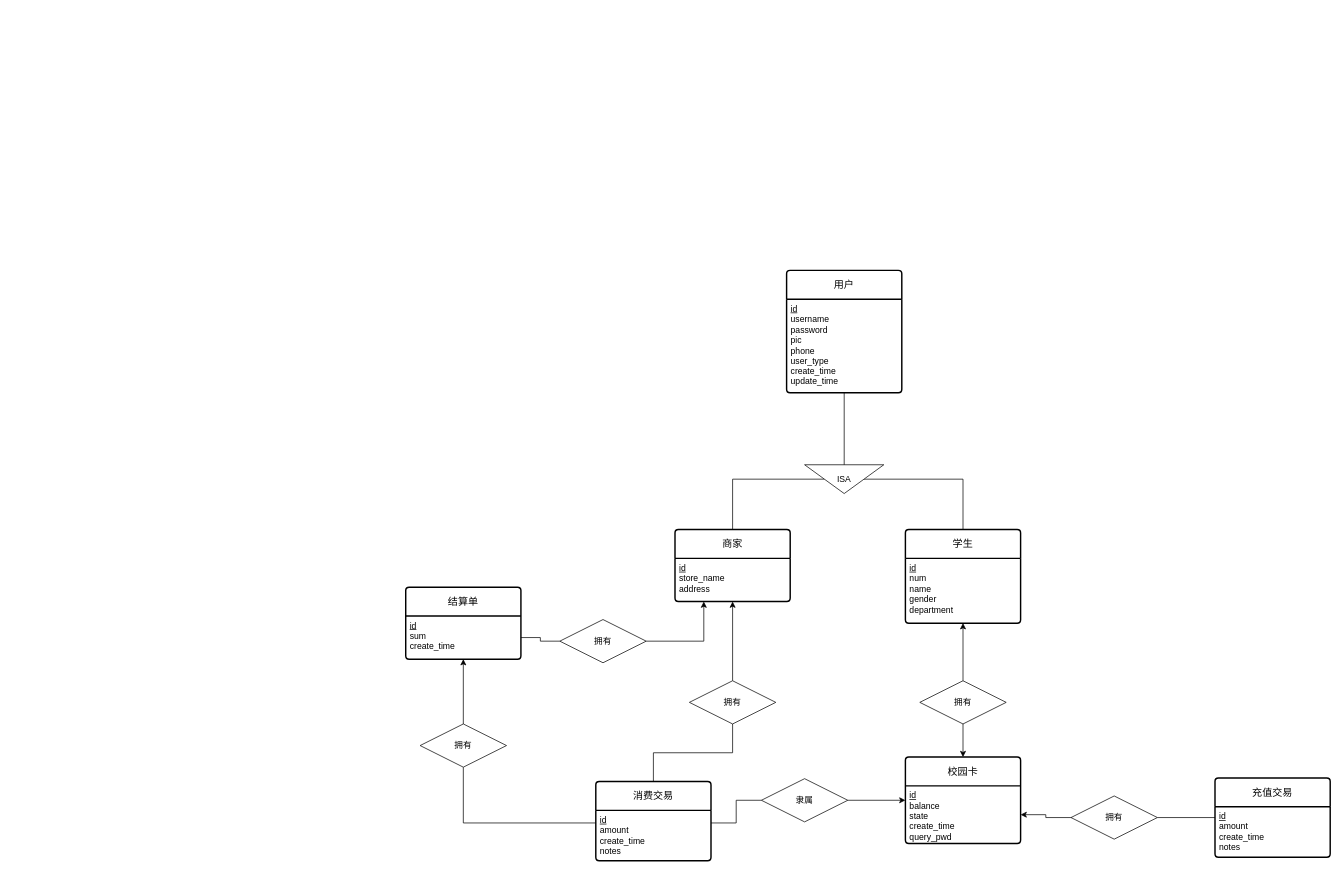
Earlier version of the draw.io diagram ER-Charts/ER_CampusCard.drawio (ShiaoYoung/Database-course_design). Source tidied: cells renumbered, new cells numbered last; positions are measured from the earlier drawing's top-left corner, leaving out a move shared by most shapes. Both pictures are drawn from the tidied source at 72%, with x=0, y=0 at pixel (405, 270).
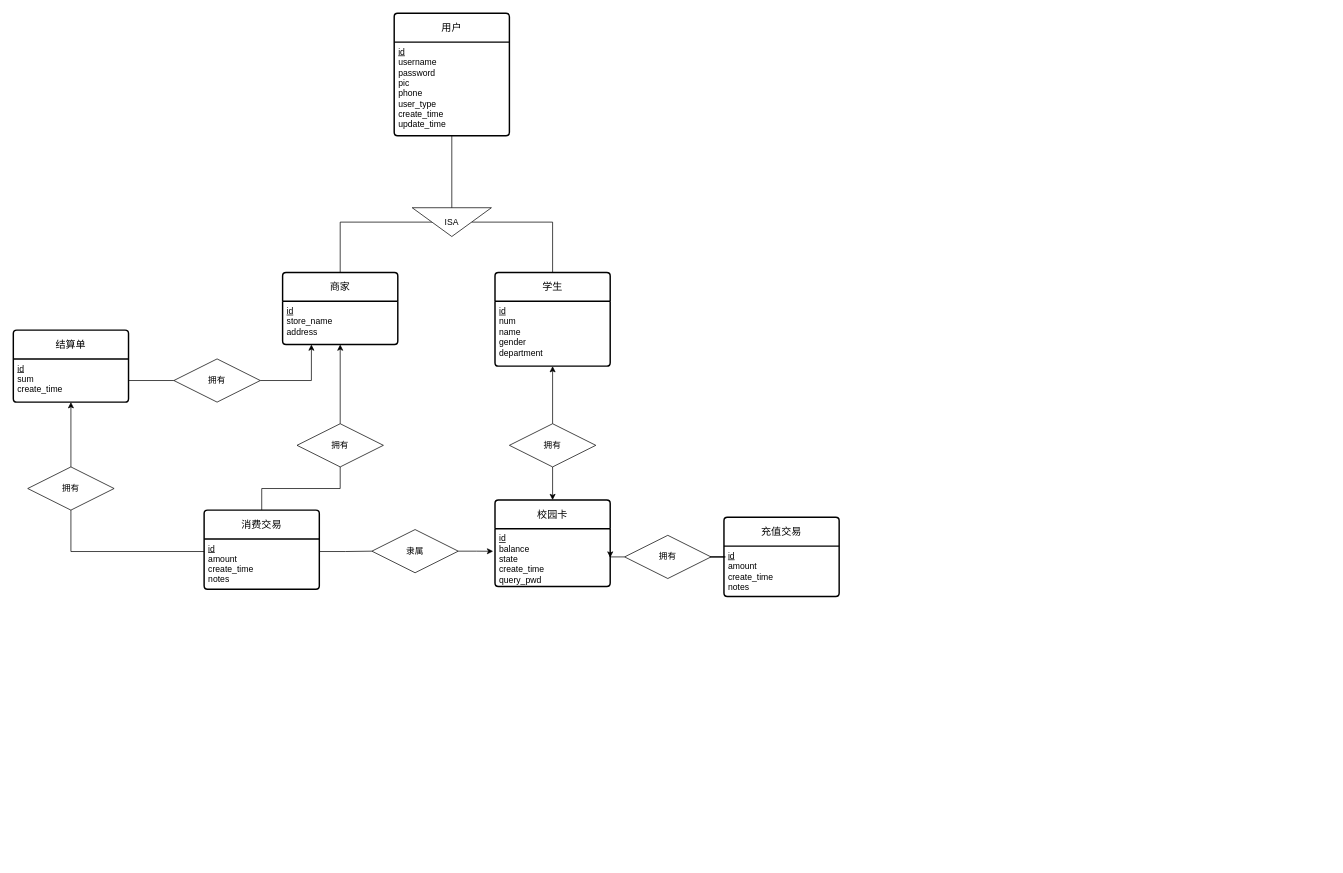
The same diagram, later.

Unchanged cells that the change refers to:
```xml
<mxCell id="5" value="&lt;u&gt;id&lt;/u&gt;&lt;div&gt;balance&lt;/div&gt;&lt;div&gt;state&lt;/div&gt;&lt;div&gt;create_time&lt;/div&gt;&lt;div&gt;query_pwd&lt;/div&gt;" style="align=left;strokeColor=none;fillColor=none;spacingLeft=4;fontSize=12;verticalAlign=top;html=1;" parent="4" vertex="1">
  <mxGeometry y="40" width="160" height="80" as="geometry" />
</mxCell>
```

Change to the diagram source:
```diff
@@
     <mxCell id="2" value="商家" style="swimlane;horizontal=1;startSize=40;rounded=1;fontSize=14;fontStyle=0;strokeWidth=2;shadow=0;dashed=0;align=center;arcSize=4;whiteSpace=wrap;html=1;" parent="1" vertex="1">
-      <mxGeometry x="374" y="360" width="160" height="100" as="geometry" />
+      <mxGeometry x="-171" y="3" width="160" height="100" as="geometry" />
     </mxCell>
@@
     <mxCell id="4" value="校园卡" style="swimlane;horizontal=1;startSize=40;rounded=1;fontSize=14;fontStyle=0;strokeWidth=2;shadow=0;dashed=0;align=center;arcSize=4;whiteSpace=wrap;html=1;" parent="1" vertex="1">
-      <mxGeometry x="694" y="676" width="160" height="120" as="geometry" />
+      <mxGeometry x="124" y="319" width="160" height="120" as="geometry" />
     </mxCell>
@@
     <mxCell id="6" value="用户" style="swimlane;horizontal=1;startSize=40;rounded=1;fontSize=14;fontStyle=0;strokeWidth=2;shadow=0;dashed=0;align=center;arcSize=4;whiteSpace=wrap;html=1;" parent="1" vertex="1">
-      <mxGeometry x="529" width="160" height="170" as="geometry" />
+      <mxGeometry x="-16" y="-357" width="160" height="170" as="geometry" />
     </mxCell>
@@
     <mxCell id="8" value="学生" style="swimlane;horizontal=1;startSize=40;rounded=1;fontSize=14;fontStyle=0;strokeWidth=2;shadow=0;dashed=0;align=center;arcSize=4;whiteSpace=wrap;html=1;" parent="1" vertex="1">
-      <mxGeometry x="694" y="360" width="160" height="130" as="geometry" />
+      <mxGeometry x="124" y="3" width="160" height="130" as="geometry" />
     </mxCell>
@@
     <mxCell id="12" value="ISA" style="triangle;whiteSpace=wrap;html=1;direction=south;" parent="1" vertex="1">
-      <mxGeometry x="554" y="270" width="110" height="40" as="geometry" />
+      <mxGeometry x="9" y="-87" width="110" height="40" as="geometry" />
     </mxCell>
@@
     <mxCell id="15" value="消费交易" style="swimlane;horizontal=1;startSize=40;rounded=1;fontSize=14;fontStyle=0;strokeWidth=2;shadow=0;dashed=0;align=center;arcSize=4;whiteSpace=wrap;html=1;" parent="1" vertex="1">
-      <mxGeometry x="264" y="710" width="160" height="110" as="geometry" />
+      <mxGeometry x="-280" y="333" width="160" height="110" as="geometry" />
     </mxCell>
@@
     <mxCell id="18" value="充值交易" style="swimlane;horizontal=1;startSize=40;rounded=1;fontSize=14;fontStyle=0;strokeWidth=2;shadow=0;dashed=0;align=center;arcSize=4;whiteSpace=wrap;html=1;" parent="1" vertex="1">
-      <mxGeometry x="1124" y="705" width="160" height="110" as="geometry" />
+      <mxGeometry x="442" y="343" width="160" height="110" as="geometry" />
     </mxCell>
@@
     <mxCell id="20" value="结算单" style="swimlane;horizontal=1;startSize=40;rounded=1;fontSize=14;fontStyle=0;strokeWidth=2;shadow=0;dashed=0;align=center;arcSize=4;whiteSpace=wrap;html=1;" parent="1" vertex="1">
-      <mxGeometry y="440" width="160" height="100" as="geometry" />
+      <mxGeometry x="-545" y="83" width="160" height="100" as="geometry" />
     </mxCell>
@@
     <mxCell id="24" value="拥有" style="shape=rhombus;perimeter=rhombusPerimeter;whiteSpace=wrap;html=1;align=center;" parent="1" vertex="1">
-      <mxGeometry x="714" y="570" width="120" height="60" as="geometry" />
+      <mxGeometry x="144" y="213" width="120" height="60" as="geometry" />
     </mxCell>
@@
     <mxCell id="26" value="拥有" style="shape=rhombus;perimeter=rhombusPerimeter;whiteSpace=wrap;html=1;align=center;" parent="1" vertex="1">
-      <mxGeometry x="924" y="730" width="120" height="60" as="geometry" />
+      <mxGeometry x="304" y="368" width="120" height="60" as="geometry" />
     </mxCell>
-    <mxCell id="27" style="edgeStyle=orthogonalEdgeStyle;rounded=0;jettySize=auto;html=1;exitX=1;exitY=0.5;exitDx=0;exitDy=0;entryX=0;entryY=0.25;entryDx=0;entryDy=0;" parent="1" edge="1" source="28" target="5">
-      <mxGeometry relative="1" as="geometry" />
-    </mxCell>
     <mxCell id="28" value="隶属" style="shape=rhombus;perimeter=rhombusPerimeter;whiteSpace=wrap;html=1;align=center;" parent="1" vertex="1">
-      <mxGeometry x="494" y="706" width="120" height="60" as="geometry" />
+      <mxGeometry x="-47" y="360" width="120" height="60" as="geometry" />
     </mxCell>
@@
     <mxCell id="32" value="拥有" style="shape=rhombus;perimeter=rhombusPerimeter;whiteSpace=wrap;html=1;align=center;" parent="1" vertex="1">
-      <mxGeometry x="20" y="630" width="120" height="60" as="geometry" />
+      <mxGeometry x="-525" y="273" width="120" height="60" as="geometry" />
     </mxCell>
@@
     <mxCell id="34" value="拥有" style="shape=rhombus;perimeter=rhombusPerimeter;whiteSpace=wrap;html=1;align=center;" parent="1" vertex="1">
-      <mxGeometry x="394" y="570" width="120" height="60" as="geometry" />
+      <mxGeometry x="-151" y="213" width="120" height="60" as="geometry" />
     </mxCell>
@@
     <mxCell id="36" value="拥有" style="shape=rhombus;perimeter=rhombusPerimeter;whiteSpace=wrap;html=1;align=center;" parent="1" vertex="1">
-      <mxGeometry x="214" y="485" width="120" height="60" as="geometry" />
+      <mxGeometry x="-322" y="123" width="120" height="60" as="geometry" />
     </mxCell>
@@
+    <mxCell id="27" style="edgeStyle=orthogonalEdgeStyle;rounded=0;jettySize=auto;html=1;exitX=1;exitY=0.5;exitDx=0;exitDy=0;entryX=-0.016;entryY=0.39;entryDx=0;entryDy=0;entryPerimeter=0;" parent="1" edge="1" source="28" target="5">
+      <mxGeometry relative="1" as="geometry" />
+    </mxCell>
```
